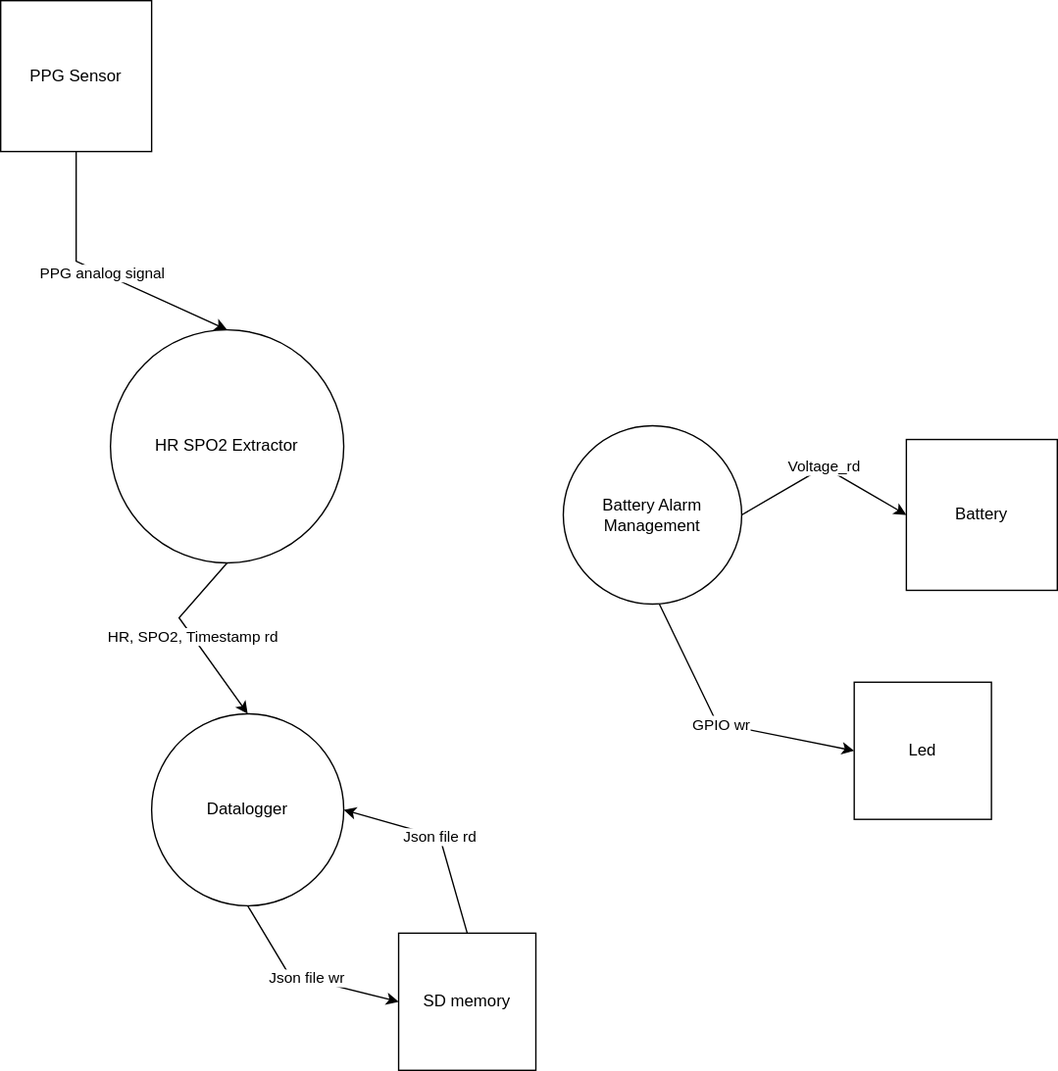
Before: diagrams/level1_main_processes.svg, a diagram exported from draw.io (Tonyb94/PPG-Signal-Processing). Source tidied: cells renumbered, new cells last; positions are measured from the earlier drawing's top-left corner, leaving out a move shared by most shapes.
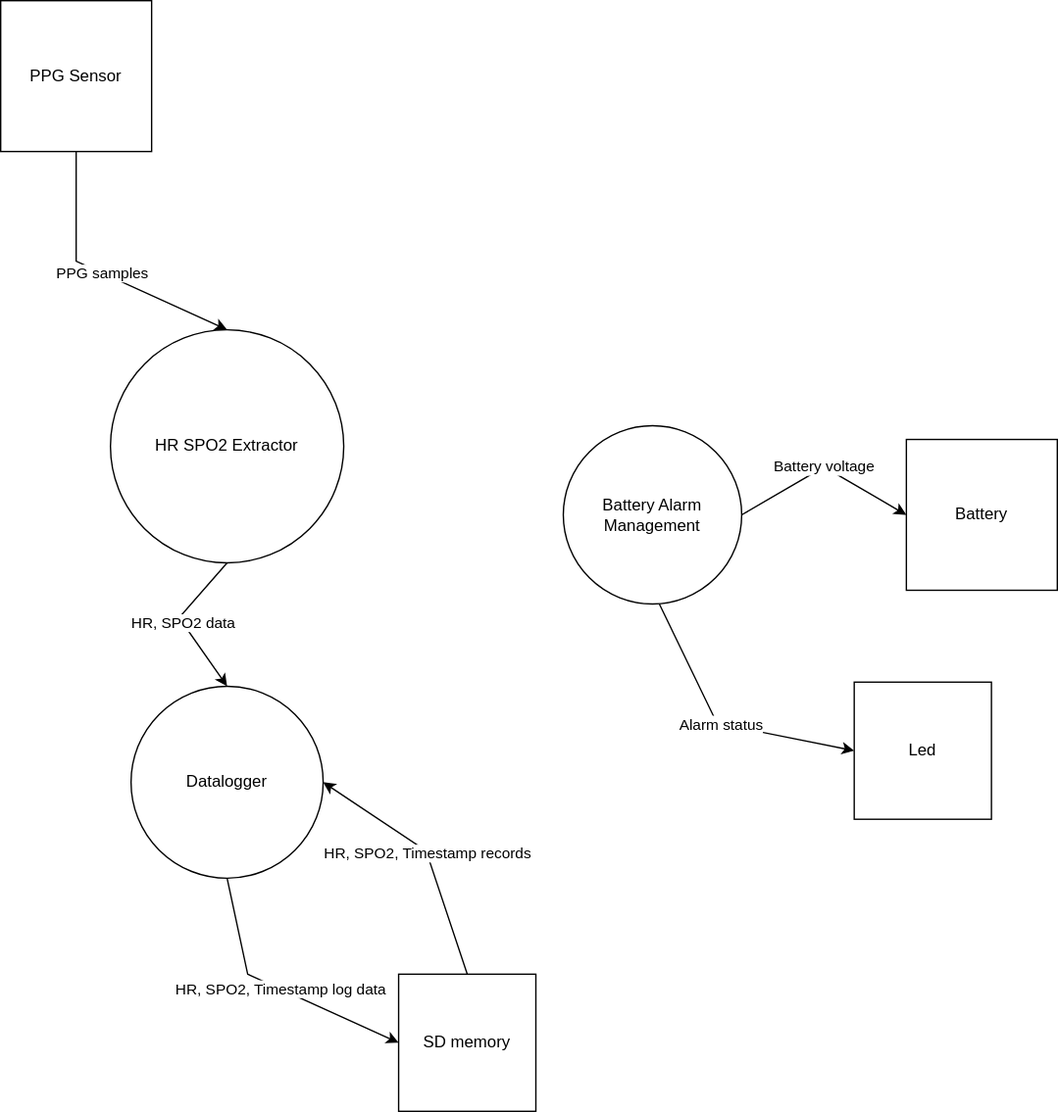
The same diagram one commit later.

What changed in the source:
```diff
@@ -6,7 +6,7 @@
       <mxGeometry x="80" y="240" width="170" height="170" as="geometry" />
     </mxCell>
     <mxCell id="3" value="Datalogger" style="ellipse;whiteSpace=wrap;html=1;" parent="1" vertex="1">
-      <mxGeometry x="110" y="520" width="140" height="140" as="geometry" />
+      <mxGeometry x="95" y="500" width="140" height="140" as="geometry" />
     </mxCell>
     <mxCell id="4" value="Battery Alarm Management" style="ellipse;whiteSpace=wrap;html=1;" parent="1" vertex="1">
       <mxGeometry x="410" y="310" width="130" height="130" as="geometry" />
@@ -18,7 +18,7 @@
         </Array>
       </mxGeometry>
     </mxCell>
-    <mxCell id="6" value="HR, SPO2, Timestamp rd" style="edgeLabel;html=1;align=center;verticalAlign=middle;" parent="5" vertex="1">
+    <mxCell id="6" value="HR, SPO2 data" style="edgeLabel;html=1;align=center;verticalAlign=middle;" parent="5" vertex="1">
       <mxGeometry relative="1" as="geometry" />
     </mxCell>
     <mxCell id="7" value="PPG Sensor" style="whiteSpace=wrap;html=1;" parent="1" vertex="1">
@@ -31,7 +31,7 @@
         </Array>
       </mxGeometry>
     </mxCell>
-    <mxCell id="9" value="PPG analog signal" style="edgeLabel;html=1;align=center;verticalAlign=middle;" parent="8" vertex="1">
+    <mxCell id="9" value="PPG samples" style="edgeLabel;html=1;align=center;verticalAlign=middle;" parent="8" vertex="1">
       <mxGeometry relative="1" as="geometry" />
     </mxCell>
     <mxCell id="10" value="Battery" style="whiteSpace=wrap;html=1;" parent="1" vertex="1">
@@ -44,20 +44,20 @@
         </Array>
       </mxGeometry>
     </mxCell>
-    <mxCell id="12" value="Voltage_rd" style="edgeLabel;html=1;align=center;verticalAlign=middle;" parent="11" vertex="1">
+    <mxCell id="12" value="Battery voltage" style="edgeLabel;html=1;align=center;verticalAlign=middle;" parent="11" vertex="1">
       <mxGeometry relative="1" as="geometry" />
     </mxCell>
     <mxCell id="13" value="SD memory" style="whiteSpace=wrap;html=1;" parent="1" vertex="1">
-      <mxGeometry x="290" y="680" width="100" height="100" as="geometry" />
+      <mxGeometry x="290" y="710" width="100" height="100" as="geometry" />
     </mxCell>
     <mxCell id="14" style="endArrow=classic;html=1;rounded=0;exitX=0.5;exitY=1;exitDx=0;exitDy=0;entryX=0;entryY=0.5;entryDx=0;entryDy=0;" parent="1" edge="1" source="3" target="13">
       <mxGeometry relative="1" as="geometry">
         <Array as="points">
-          <mxPoint x="210" y="710" />
+          <mxPoint x="180" y="710" />
         </Array>
       </mxGeometry>
     </mxCell>
-    <mxCell id="15" value="Json file wr" style="edgeLabel;html=1;align=center;verticalAlign=middle;" parent="14" vertex="1">
+    <mxCell id="15" value="HR, SPO2, Timestamp log data" style="edgeLabel;html=1;align=center;verticalAlign=middle;" parent="14" vertex="1">
       <mxGeometry relative="1" as="geometry">
         <mxPoint x="1" as="offset" />
       </mxGeometry>
@@ -65,11 +65,11 @@
     <mxCell id="16" style="endArrow=classic;html=1;rounded=0;exitX=0.5;exitY=0;exitDx=0;exitDy=0;entryX=1;entryY=0.5;entryDx=0;entryDy=0;" parent="1" edge="1" source="13" target="3">
       <mxGeometry relative="1" as="geometry">
         <Array as="points">
-          <mxPoint x="320" y="610" />
+          <mxPoint x="310" y="620" />
         </Array>
       </mxGeometry>
     </mxCell>
-    <mxCell id="17" value="Json file rd" style="edgeLabel;html=1;align=center;verticalAlign=middle;" parent="16" vertex="1">
+    <mxCell id="17" value="HR, SPO2, Timestamp records" style="edgeLabel;html=1;align=center;verticalAlign=middle;" parent="16" vertex="1">
       <mxGeometry relative="1" as="geometry" />
     </mxCell>
     <mxCell id="18" value="Led" style="whiteSpace=wrap;html=1;" parent="1" vertex="1">
@@ -83,7 +83,7 @@
         </Array>
       </mxGeometry>
     </mxCell>
-    <mxCell id="20" value="GPIO wr" style="edgeLabel;html=1;align=center;verticalAlign=middle;" parent="19" vertex="1">
+    <mxCell id="20" value="Alarm status" style="edgeLabel;html=1;align=center;verticalAlign=middle;" parent="19" vertex="1">
       <mxGeometry relative="1" as="geometry" />
     </mxCell>
   </root>
```
